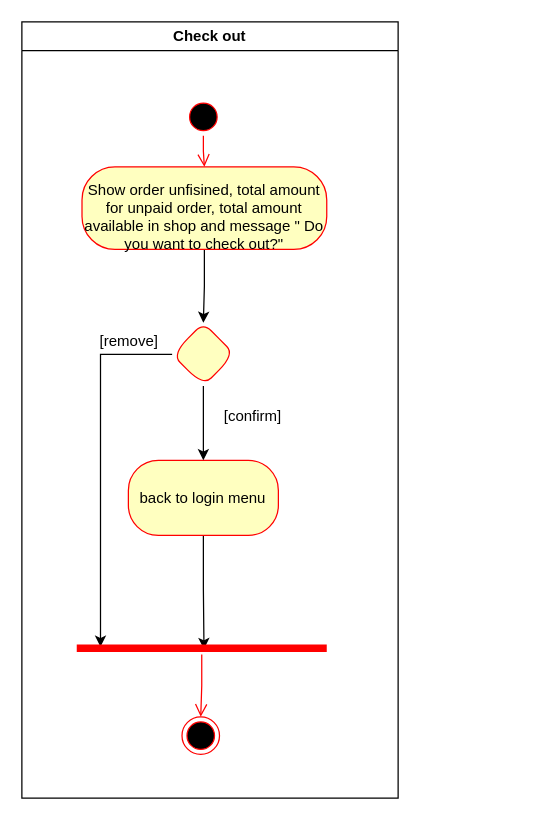
Above: page "Check out" (11 of 11) of Diagram/Activity_Diagram/Activity-diagram.drawio in NDuc-Dev/Project-1 (draw.io), before the change. Source tidied: cells renumbered, new cells numbered last; positions are measured from the earlier drawing's top-left corner, leaving out a move shared by most shapes. Both pictures are drawn from the tidied source at 125%, with x=0, y=0 at pixel (21, 21).
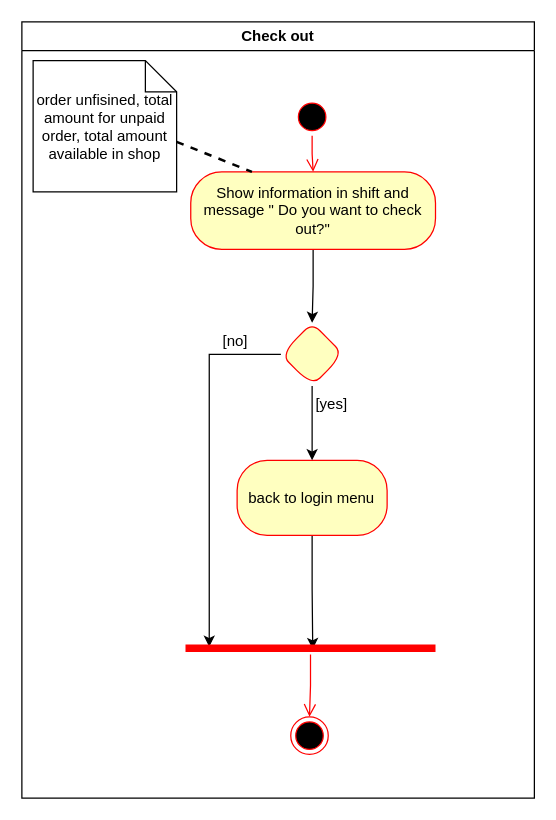
Above is the later version.

Change to the diagram source:
```diff
@@
-    <mxCell id="2" value="Check out" style="swimlane;whiteSpace=wrap;html=1;" parent="1" vertex="1">
-      <mxGeometry width="301" height="621" as="geometry" />
+    <mxCell id="2" value="Check out" style="swimlane;whiteSpace=wrap;html=1;swimlaneFillColor=default;" parent="1" vertex="1">
+      <mxGeometry width="410" height="621" as="geometry" />
     </mxCell>
     <mxCell id="3" style="ellipse;html=1;shape=startState;fillColor=#000000;strokeColor=#ff0000;" parent="2" vertex="1">
-      <mxGeometry x="130.2" y="61" width="30" height="30" as="geometry" />
+      <mxGeometry x="217.2" y="61" width="30" height="30" as="geometry" />
     </mxCell>
@@
-    <mxCell id="6" value="&lt;br&gt;Show order unfisined, total amount for unpaid order, total amount available in shop and message &quot; Do you want to check out?&quot;" style="whiteSpace=wrap;html=1;fillColor=#ffffc0;strokeColor=#ff0000;fontColor=#000000;rounded=1;arcSize=40;" parent="2" vertex="1">
-      <mxGeometry x="48.1" y="116" width="195.8" height="66" as="geometry" />
+    <mxCell id="6" value="Show information in shift and message &quot; Do you want to check out?&quot;" style="whiteSpace=wrap;html=1;fillColor=#ffffc0;strokeColor=#ff0000;fontColor=#000000;rounded=1;arcSize=40;verticalAlign=middle;" parent="2" vertex="1">
+      <mxGeometry x="135.1" y="120" width="195.8" height="62" as="geometry" />
     </mxCell>
@@
     <mxCell id="8" value="back to login menu" style="whiteSpace=wrap;html=1;fillColor=#ffffc0;strokeColor=#ff0000;fontColor=#000000;rounded=1;arcSize=40;" parent="2" vertex="1">
-      <mxGeometry x="85.2" y="350.8" width="120" height="60" as="geometry" />
+      <mxGeometry x="172.2" y="350.8" width="120" height="60" as="geometry" />
     </mxCell>
@@
     <mxCell id="10" style="edgeStyle=orthogonalEdgeStyle;rounded=0;jettySize=auto;html=1;entryX=0.095;entryY=0.395;entryDx=0;entryDy=0;entryPerimeter=0;" parent="2" edge="1" source="11" target="15">
       <mxGeometry relative="1" as="geometry">
         <Array as="points">
-          <mxPoint x="63" y="266" />
+          <mxPoint x="150" y="266" />
         </Array>
       </mxGeometry>
     </mxCell>
     <mxCell id="11" style="rhombus;whiteSpace=wrap;html=1;fillColor=#ffffc0;strokeColor=#ff0000;fontColor=#000000;rounded=1;arcSize=50;direction=south;" parent="2" vertex="1">
-      <mxGeometry x="120.2" y="240.8" width="50" height="50.4" as="geometry" />
+      <mxGeometry x="207.2" y="240.8" width="50" height="50.4" as="geometry" />
     </mxCell>
-    <mxCell id="12" value="[confirm]" style="text;html=1;strokeColor=none;fillColor=none;align=center;verticalAlign=middle;whiteSpace=wrap;rounded=0;" parent="2" vertex="1">
-      <mxGeometry x="130.2" y="301" width="110" height="30" as="geometry" />
+    <mxCell id="12" value="[yes]" style="text;html=1;strokeColor=none;fillColor=none;align=center;verticalAlign=middle;whiteSpace=wrap;rounded=0;" parent="2" vertex="1">
+      <mxGeometry x="193" y="291.2" width="110" height="30" as="geometry" />
     </mxCell>
-    <mxCell id="13" value="[remove]" style="text;html=1;strokeColor=none;fillColor=none;align=center;verticalAlign=middle;whiteSpace=wrap;rounded=0;" parent="2" vertex="1">
-      <mxGeometry x="31" y="240.8" width="110" height="30" as="geometry" />
+    <mxCell id="13" value="[no]" style="text;html=1;strokeColor=none;fillColor=none;align=center;verticalAlign=middle;whiteSpace=wrap;rounded=0;" parent="2" vertex="1">
+      <mxGeometry x="116" y="240.8" width="110" height="30" as="geometry" />
     </mxCell>
     <mxCell id="14" style="ellipse;html=1;shape=endState;fillColor=#000000;strokeColor=#ff0000;" parent="2" vertex="1">
-      <mxGeometry x="128.1" y="556" width="30" height="30" as="geometry" />
+      <mxGeometry x="215.1" y="556" width="30" height="30" as="geometry" />
     </mxCell>
     <mxCell id="15" style="shape=line;html=1;strokeWidth=6;strokeColor=#ff0000;" parent="2" vertex="1">
-      <mxGeometry x="43.9" y="496" width="200" height="10" as="geometry" />
+      <mxGeometry x="130.9" y="496" width="200" height="10" as="geometry" />
     </mxCell>
@@
+    <mxCell id="17" value="order unfisined, total amount for unpaid order, total amount available in shop" style="shape=note2;boundedLbl=1;whiteSpace=wrap;html=1;size=25;verticalAlign=middle;align=center;" parent="2" vertex="1">
+      <mxGeometry x="9" y="31" width="114.8" height="105" as="geometry" />
+    </mxCell>
+    <mxCell id="18" style="endArrow=none;dashed=1;html=1;rounded=0;exitX=0;exitY=0;exitDx=114.8;exitDy=65;exitPerimeter=0;entryX=0.25;entryY=0;entryDx=0;entryDy=0;strokeWidth=2;" parent="2" edge="1" source="17" target="6">
+      <mxGeometry relative="1" as="geometry" />
+    </mxCell>
```
